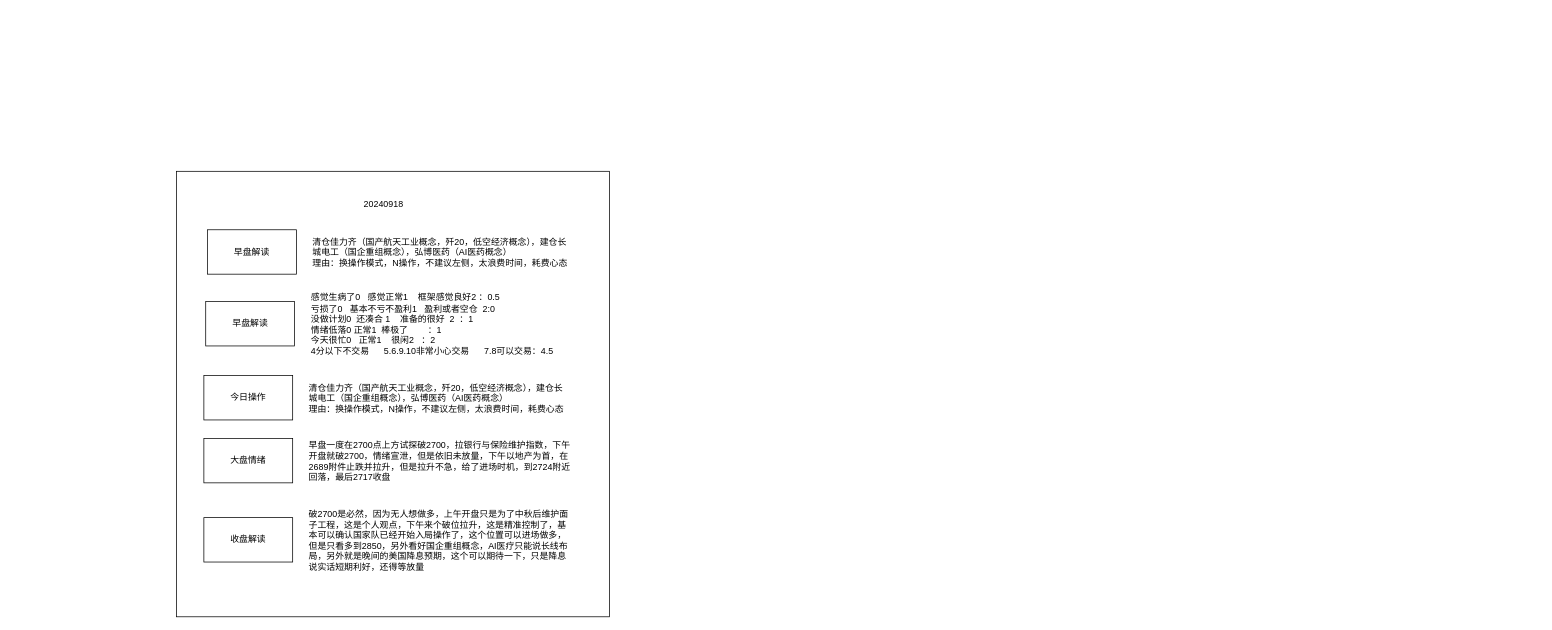
Before: 日志.drawio in chiti-liu/my_design, a draw.io diagram. Source tidied: cells renumbered, new cells numbered last; positions are measured from the earlier drawing's top-left corner, leaving out a move shared by most shapes. Both pictures are drawn from the tidied source at 74%, with x=0, y=0 at pixel (176, 171).
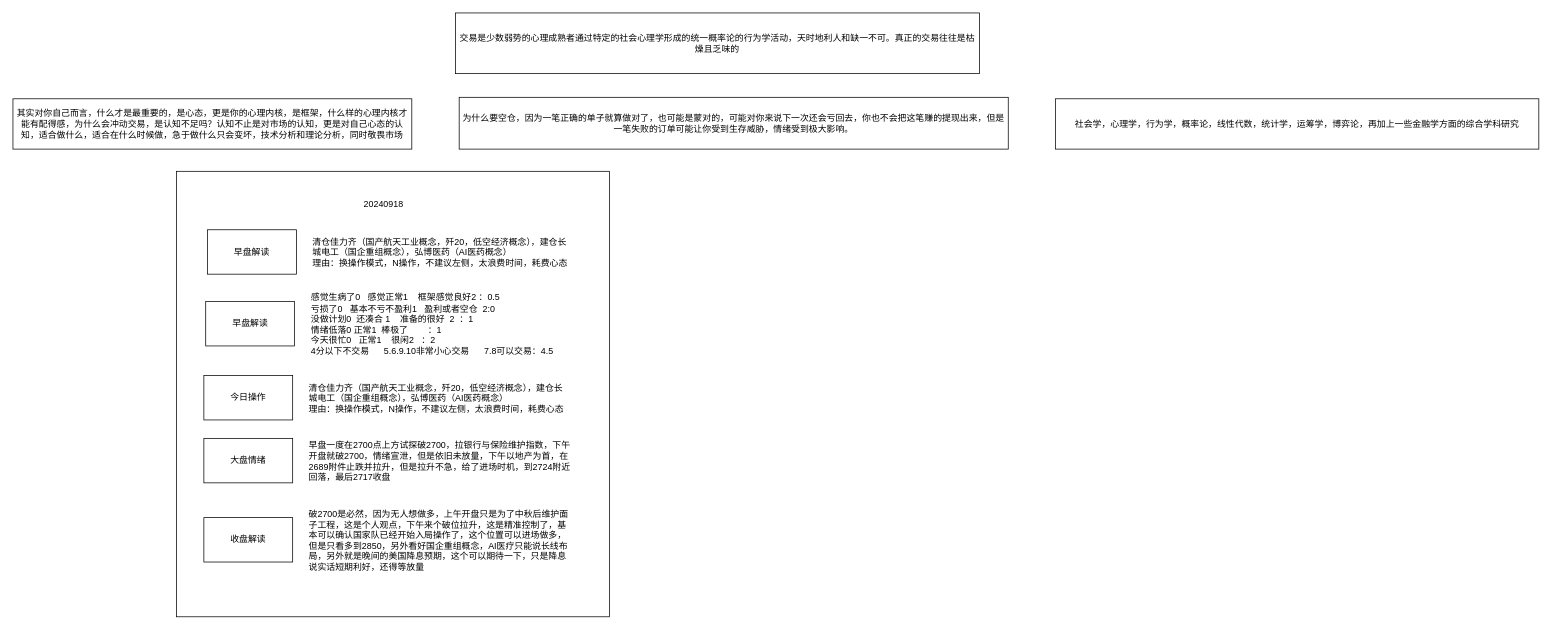
Above is the later version.

What changed in the source:
```diff
@@
+    <mxCell id="19" value="交易是少数弱势的心理成熟者通过特定的社会心理学形成的统一概率论的行为学活动，天时地利人和缺一不可。真正的交易往往是枯燥且乏味的" style="rounded=0;whiteSpace=wrap;html=1;" parent="1" vertex="1">
+      <mxGeometry x="377" y="-214" width="708" height="82" as="geometry" />
+    </mxCell>
+    <mxCell id="20" value="为什么要空仓，因为一笔正确的单子就算做对了，也可能是蒙对的，可能对你来说下一次还会亏回去，你也不会把这笔赚的提现出来，但是一笔失败的订单可能让你受到生存威胁，情绪受到极大影响。" style="rounded=0;whiteSpace=wrap;html=1;" parent="1" vertex="1">
+      <mxGeometry x="382" y="-100" width="742" height="70" as="geometry" />
+    </mxCell>
+    <mxCell id="21" value="其实对你自己而言，什么才是最重要的，是心态，更是你的心理内核，是框架，什么样的心理内核才能有配得感，为什么会冲动交易，是认知不足吗？认知不止是对市场的认知，更是对自己心态的认知，适合做什么，适合在什么时候做，急于做什么只会变坏，技术分析和理论分析，同时敬畏市场" style="rounded=0;whiteSpace=wrap;html=1;" parent="1" vertex="1">
+      <mxGeometry x="-221" y="-98" width="539" height="68" as="geometry" />
+    </mxCell>
+    <mxCell id="22" value="社会学，心理学，行为学，概率论，线性代数，统计学，运筹学，博弈论，再加上一些金融学方面的综合学科研究" style="rounded=0;whiteSpace=wrap;html=1;" parent="1" vertex="1">
+      <mxGeometry x="1188" y="-98" width="653" height="68" as="geometry" />
+    </mxCell>
```
